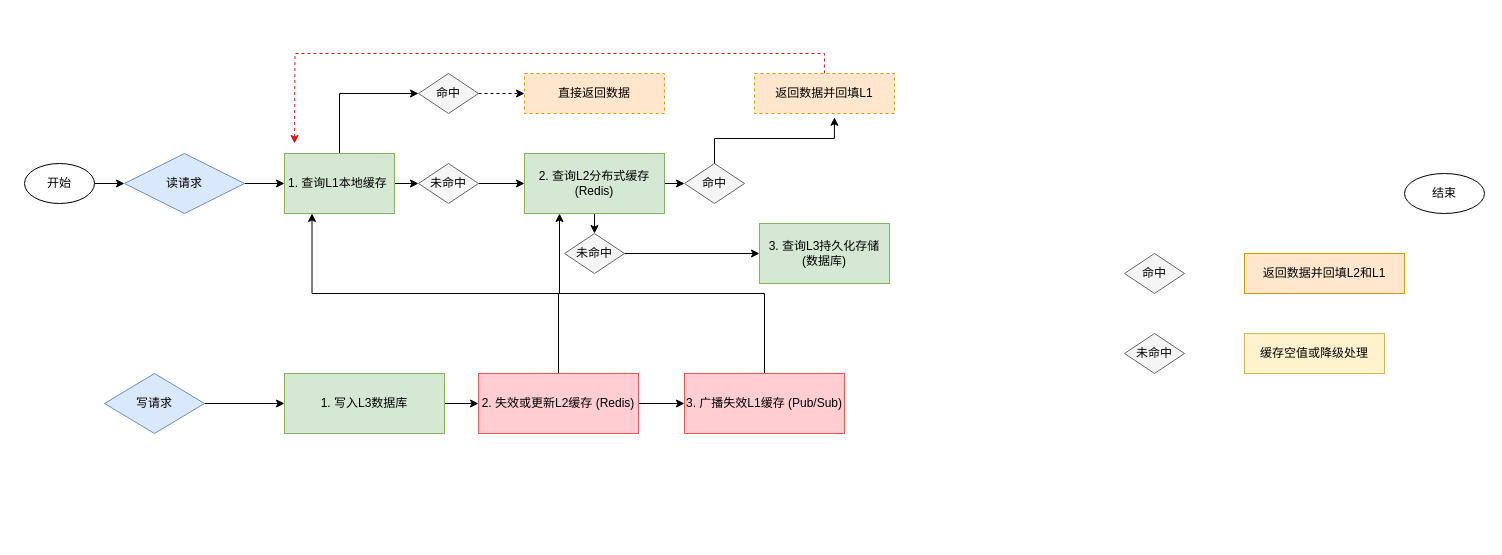
The draw.io diagram 未命名绘图.drawio in jeffreyHZ/bc-java, before the edit. Source tidied: cells renumbered, new cells numbered last; positions are measured from the earlier drawing's top-left corner, leaving out a move shared by most shapes. Both pictures are drawn from the tidied source at 100%, with x=0, y=0 at pixel (24, 73).
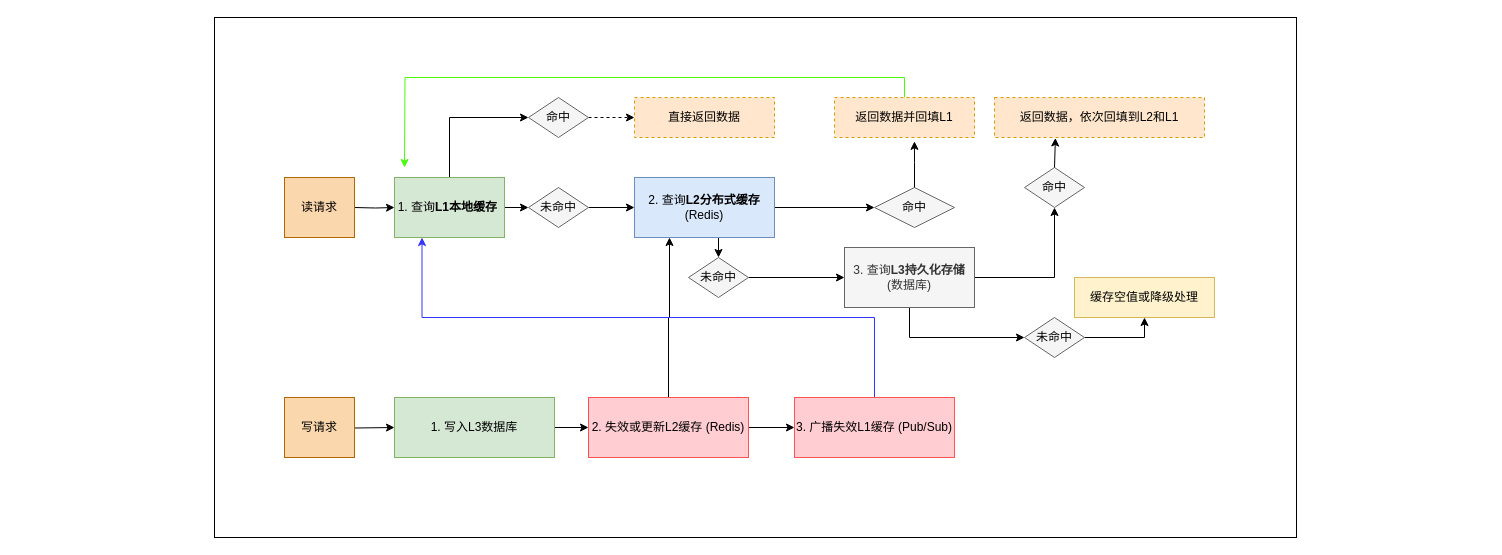
Above is the later version.

What changed in the source:
```diff
@@
-    <mxCell id="2" style="edgeStyle=orthogonalEdgeStyle;rounded=0;jettySize=auto;html=1;exitX=1;exitY=0.5;exitDx=0;exitDy=0;entryX=0;entryY=0.5;entryDx=0;entryDy=0;" parent="1" edge="1" source="3" target="5">
-      <mxGeometry relative="1" as="geometry" />
-    </mxCell>
-    <mxCell id="3" value="开始" style="ellipse;whiteSpace=wrap;html=1;fillColor=#FFFFFF;strokeColor=#000000;" parent="1" vertex="1">
-      <mxGeometry y="90" width="70" height="40" as="geometry" />
-    </mxCell>
+    <mxCell id="61" style="rounded=0;whiteSpace=wrap;html=1;" parent="1" vertex="1">
+      <mxGeometry x="190" y="-56" width="1082" height="520" as="geometry" />
+    </mxCell>
-    <mxCell id="4" style="edgeStyle=orthogonalEdgeStyle;rounded=0;jettySize=auto;html=1;exitX=1;exitY=0.5;exitDx=0;exitDy=0;entryX=0;entryY=0.5;entryDx=0;entryDy=0;" parent="1" edge="1" source="5" target="9">
-      <mxGeometry relative="1" as="geometry" />
+    <mxCell id="4" style="edgeStyle=orthogonalEdgeStyle;rounded=0;jettySize=auto;html=1;exitX=1;exitY=0.5;exitDx=0;exitDy=0;entryX=0;entryY=0.5;entryDx=0;entryDy=0;" parent="1" edge="1" target="9">
+      <mxGeometry relative="1" as="geometry">
+        <mxPoint x="330" y="134" as="sourcePoint" />
+      </mxGeometry>
     </mxCell>
-    <mxCell id="5" value="读请求" style="rhombus;whiteSpace=wrap;html=1;fillColor=#DAE8FC;strokeColor=#6C8EBF;" parent="1" vertex="1">
-      <mxGeometry x="100" y="80" width="120" height="60" as="geometry" />
-    </mxCell>
-    <mxCell id="6" style="edgeStyle=orthogonalEdgeStyle;rounded=0;html=1;exitX=1;exitY=0.5;entryX=0;entryY=0.5;endArrow=classic;endFill=1;" parent="1" edge="1" source="3" target="5" />
+    <mxCell id="6" style="edgeStyle=orthogonalEdgeStyle;rounded=0;html=1;exitX=1;exitY=0.5;entryX=0;entryY=0.5;endArrow=classic;endFill=1;" parent="1" edge="1" />
@@
-    <mxCell id="9" value="1. 查询L1本地缓存&amp;nbsp;" style="rounded=0;whiteSpace=wrap;html=1;fillColor=#D5E8D4;strokeColor=#82B366;" parent="1" vertex="1">
-      <mxGeometry x="260" y="80" width="110" height="60" as="geometry" />
+    <mxCell id="9" value="1. 查询&lt;b&gt;L1本地缓存&lt;/b&gt;&amp;nbsp;" style="rounded=0;whiteSpace=wrap;html=1;fillColor=#D5E8D4;strokeColor=#82B366;" parent="1" vertex="1">
+      <mxGeometry x="370" y="104" width="110" height="60" as="geometry" />
     </mxCell>
-    <mxCell id="10" style="edgeStyle=orthogonalEdgeStyle;rounded=0;html=1;exitX=1;exitY=0.5;entryX=0;entryY=0.5;endArrow=classic;endFill=1;" parent="1" edge="1" source="5" target="9" />
+    <mxCell id="10" style="edgeStyle=orthogonalEdgeStyle;rounded=0;html=1;exitX=1;exitY=0.5;entryX=0;entryY=0.5;endArrow=classic;endFill=1;" parent="1" edge="1" target="9" />
@@
     <mxCell id="12" value="命中" style="rhombus;whiteSpace=wrap;html=1;fillColor=#F5F5F5;strokeColor=#666666;" parent="1" vertex="1">
-      <mxGeometry x="394" width="60" height="40" as="geometry" />
+      <mxGeometry x="504" y="24" width="60" height="40" as="geometry" />
     </mxCell>
@@
     <mxCell id="14" value="直接返回数据" style="rounded=0;whiteSpace=wrap;html=1;fillColor=#FFE6CC;strokeColor=#D79B00;dashed=1;" parent="1" vertex="1">
-      <mxGeometry x="500" width="140" height="40" as="geometry" />
+      <mxGeometry x="610" y="24" width="140" height="40" as="geometry" />
     </mxCell>
@@
     <mxCell id="17" value="未命中" style="rhombus;whiteSpace=wrap;html=1;fillColor=#F5F5F5;strokeColor=#666666;" parent="1" vertex="1">
-      <mxGeometry x="394" y="90" width="60" height="40" as="geometry" />
+      <mxGeometry x="504" y="114" width="60" height="40" as="geometry" />
     </mxCell>
@@
-    <mxCell id="21" value="2. 查询L2分布式缓存 (Redis)" style="rounded=0;whiteSpace=wrap;html=1;fillColor=#D5E8D4;strokeColor=#82B366;" parent="1" vertex="1">
-      <mxGeometry x="500" y="80" width="140" height="60" as="geometry" />
+    <mxCell id="21" value="2. 查询&lt;b&gt;L2分布式缓存&lt;/b&gt; (Redis)" style="rounded=0;whiteSpace=wrap;html=1;fillColor=#dae8fc;strokeColor=#6c8ebf;" parent="1" vertex="1">
+      <mxGeometry x="610" y="104" width="140" height="60" as="geometry" />
     </mxCell>
@@
     <mxCell id="23" value="命中" style="rhombus;whiteSpace=wrap;html=1;fillColor=#F5F5F5;strokeColor=#666666;" parent="1" vertex="1">
-      <mxGeometry x="660" y="90" width="60" height="40" as="geometry" />
+      <mxGeometry x="850" y="114" width="80" height="40" as="geometry" />
     </mxCell>
@@
-    <mxCell id="25" style="edgeStyle=orthogonalEdgeStyle;rounded=0;jettySize=auto;html=1;exitX=0.5;exitY=0;exitDx=0;exitDy=0;strokeColor=light-dark(#e41111, #ededed);dashed=1;" parent="1" edge="1" source="26">
+    <mxCell id="25" style="edgeStyle=orthogonalEdgeStyle;rounded=0;jettySize=auto;html=1;exitX=0.5;exitY=0;exitDx=0;exitDy=0;strokeColor=light-dark(#49fb09, #EDEDED);" parent="1" edge="1" source="26">
       <mxGeometry relative="1" as="geometry">
-        <mxPoint x="270" y="70" as="targetPoint" />
+        <mxPoint x="380" y="94" as="targetPoint" />
       </mxGeometry>
     </mxCell>
     <mxCell id="26" value="返回数据并回填L1" style="rounded=0;whiteSpace=wrap;html=1;fillColor=#FFE6CC;strokeColor=#D79B00;dashed=1;" parent="1" vertex="1">
-      <mxGeometry x="730" width="140" height="40" as="geometry" />
+      <mxGeometry x="810" y="24" width="140" height="40" as="geometry" />
     </mxCell>
@@
+    <mxCell id="62" style="edgeStyle=orthogonalEdgeStyle;rounded=0;jettySize=auto;html=1;exitX=0.5;exitY=1;exitDx=0;exitDy=0;entryX=0;entryY=0.5;entryDx=0;entryDy=0;" parent="1" edge="1" source="29" target="35">
+      <mxGeometry relative="1" as="geometry" />
+    </mxCell>
+    <mxCell id="63" style="edgeStyle=orthogonalEdgeStyle;rounded=0;jettySize=auto;html=1;exitX=1;exitY=0.5;exitDx=0;exitDy=0;" parent="1" edge="1" source="29" target="31">
+      <mxGeometry relative="1" as="geometry" />
+    </mxCell>
-    <mxCell id="29" value="3. 查询L3持久化存储 (数据库)" style="rounded=0;whiteSpace=wrap;html=1;fillColor=#D5E8D4;strokeColor=#82B366;" parent="1" vertex="1">
-      <mxGeometry x="735" y="150" width="130" height="60" as="geometry" />
+    <mxCell id="29" value="3. 查询&lt;b&gt;L3持久化存储&lt;/b&gt; (数据库)" style="rounded=0;whiteSpace=wrap;html=1;fillColor=#f5f5f5;strokeColor=#666666;fontColor=#333333;" parent="1" vertex="1">
+      <mxGeometry x="820" y="174" width="130" height="60" as="geometry" />
     </mxCell>
@@
     <mxCell id="31" value="命中" style="rhombus;whiteSpace=wrap;html=1;fillColor=#F5F5F5;strokeColor=#666666;" parent="1" vertex="1">
-      <mxGeometry x="1100" y="180" width="60" height="40" as="geometry" />
+      <mxGeometry x="1000" y="94" width="60" height="40" as="geometry" />
     </mxCell>
@@
-    <mxCell id="33" value="返回数据并回填L2和L1" style="rounded=0;whiteSpace=wrap;html=1;fillColor=#FFE6CC;strokeColor=#D79B00;" parent="1" vertex="1">
-      <mxGeometry x="1220" y="180" width="160" height="40" as="geometry" />
-    </mxCell>
-    <mxCell id="34" style="edgeStyle=orthogonalEdgeStyle;rounded=0;html=1;exitX=1;exitY=0.5;entryX=0;entryY=0.5;endArrow=classic;endFill=1;" parent="1" edge="1" source="31" target="33" />
+    <mxCell id="34" style="edgeStyle=orthogonalEdgeStyle;rounded=0;html=1;exitX=1;exitY=0.5;entryX=0;entryY=0.5;endArrow=classic;endFill=1;" parent="1" edge="1" source="31" />
+    <mxCell id="64" style="edgeStyle=orthogonalEdgeStyle;rounded=0;jettySize=auto;html=1;exitX=1;exitY=0.5;exitDx=0;exitDy=0;entryX=0.5;entryY=1;entryDx=0;entryDy=0;" parent="1" edge="1" source="35" target="37">
+      <mxGeometry relative="1" as="geometry" />
+    </mxCell>
     <mxCell id="35" value="未命中" style="rhombus;whiteSpace=wrap;html=1;fillColor=#F5F5F5;strokeColor=#666666;" parent="1" vertex="1">
-      <mxGeometry x="1100" y="260" width="60" height="40" as="geometry" />
+      <mxGeometry x="1000" y="244" width="60" height="40" as="geometry" />
     </mxCell>
@@
     <mxCell id="37" value="缓存空值或降级处理" style="rounded=0;whiteSpace=wrap;html=1;fillColor=#FFF2CC;strokeColor=#D6B656;" parent="1" vertex="1">
-      <mxGeometry x="1220" y="260" width="140" height="40" as="geometry" />
+      <mxGeometry x="1050" y="204" width="140" height="40" as="geometry" />
     </mxCell>
@@
-    <mxCell id="39" style="edgeStyle=orthogonalEdgeStyle;rounded=0;jettySize=auto;html=1;entryX=0;entryY=0.5;entryDx=0;entryDy=0;" parent="1" edge="1" source="40" target="43">
-      <mxGeometry relative="1" as="geometry" />
+    <mxCell id="39" style="edgeStyle=orthogonalEdgeStyle;rounded=0;jettySize=auto;html=1;entryX=0;entryY=0.5;entryDx=0;entryDy=0;" parent="1" edge="1" target="43">
+      <mxGeometry relative="1" as="geometry">
+        <mxPoint x="290" y="354" as="sourcePoint" />
+      </mxGeometry>
     </mxCell>
-    <mxCell id="40" value="写请求" style="rhombus;whiteSpace=wrap;html=1;fillColor=#DAE8FC;strokeColor=#6C8EBF;" parent="1" vertex="1">
-      <mxGeometry x="80" y="300" width="100" height="60" as="geometry" />
-    </mxCell>
-    <mxCell id="41" style="edgeStyle=orthogonalEdgeStyle;rounded=0;html=1;exitX=1;exitY=0.5;entryX=0;entryY=0.5;endArrow=classic;endFill=1;" parent="1" edge="1" source="3" target="40" />
+    <mxCell id="41" style="edgeStyle=orthogonalEdgeStyle;rounded=0;html=1;exitX=1;exitY=0.5;entryX=0;entryY=0.5;endArrow=classic;endFill=1;" parent="1" edge="1" />
@@
     <mxCell id="43" value="1. 写入L3数据库" style="rounded=0;whiteSpace=wrap;html=1;fillColor=#D5E8D4;strokeColor=#82B366;" parent="1" vertex="1">
-      <mxGeometry x="260" y="300" width="160" height="60" as="geometry" />
+      <mxGeometry x="370" y="324" width="160" height="60" as="geometry" />
     </mxCell>
-    <mxCell id="44" style="edgeStyle=orthogonalEdgeStyle;rounded=0;html=1;exitX=1;exitY=0.5;entryX=0;entryY=0.5;endArrow=classic;endFill=1;" parent="1" edge="1" source="40" target="43" />
+    <mxCell id="44" style="edgeStyle=orthogonalEdgeStyle;rounded=0;html=1;exitX=1;exitY=0.5;entryX=0;entryY=0.5;endArrow=classic;endFill=1;" parent="1" edge="1" target="43" />
@@
     <mxCell id="47" value="2. 失效或更新L2缓存 (Redis)" style="rounded=0;whiteSpace=wrap;html=1;fillColor=#FFCDD2;strokeColor=#FF5252;" parent="1" vertex="1">
-      <mxGeometry x="454" y="300" width="160" height="60" as="geometry" />
+      <mxGeometry x="564" y="324" width="160" height="60" as="geometry" />
     </mxCell>
@@
-    <mxCell id="49" style="edgeStyle=orthogonalEdgeStyle;rounded=0;jettySize=auto;html=1;exitX=0.5;exitY=0;exitDx=0;exitDy=0;entryX=0.25;entryY=1;entryDx=0;entryDy=0;" parent="1" edge="1" source="50" target="9">
+    <mxCell id="49" style="edgeStyle=orthogonalEdgeStyle;rounded=0;jettySize=auto;html=1;exitX=0.5;exitY=0;exitDx=0;exitDy=0;entryX=0.25;entryY=1;entryDx=0;entryDy=0;strokeColor=#3333FF;" parent="1" edge="1" source="50" target="9">
       <mxGeometry relative="1" as="geometry" />
     </mxCell>
     <mxCell id="50" value="3. 广播失效L1缓存 (Pub/Sub)" style="rounded=0;whiteSpace=wrap;html=1;fillColor=#FFCDD2;strokeColor=#FF5252;" parent="1" vertex="1">
-      <mxGeometry x="660" y="300" width="160" height="60" as="geometry" />
+      <mxGeometry x="770" y="324" width="160" height="60" as="geometry" />
     </mxCell>
@@
-    <mxCell id="52" value="结束" style="ellipse;whiteSpace=wrap;html=1;fillColor=#FFFFFF;strokeColor=#000000;" parent="1" vertex="1">
-      <mxGeometry x="1380" y="100" width="80" height="40" as="geometry" />
-    </mxCell>
-    <mxCell id="53" style="edgeStyle=orthogonalEdgeStyle;rounded=0;html=1;exitX=1;exitY=0.5;entryX=0;entryY=0.5;endArrow=classic;endFill=1;" parent="1" edge="1" source="14" target="52" />
+    <mxCell id="53" style="edgeStyle=orthogonalEdgeStyle;rounded=0;html=1;exitX=1;exitY=0.5;entryX=0;entryY=0.5;endArrow=classic;endFill=1;" parent="1" edge="1" source="14" />
-    <mxCell id="54" style="edgeStyle=orthogonalEdgeStyle;rounded=0;html=1;exitX=1;exitY=0.5;entryX=0;entryY=0.5;endArrow=classic;endFill=1;" parent="1" edge="1" source="26" target="52" />
+    <mxCell id="54" style="edgeStyle=orthogonalEdgeStyle;rounded=0;html=1;exitX=1;exitY=0.5;entryX=0;entryY=0.5;endArrow=classic;endFill=1;" parent="1" edge="1" source="26" />
-    <mxCell id="55" style="edgeStyle=orthogonalEdgeStyle;rounded=0;html=1;exitX=1;exitY=0.5;entryX=0;entryY=0.5;endArrow=classic;endFill=1;" parent="1" edge="1" source="33" target="52" />
+    <mxCell id="55" style="edgeStyle=orthogonalEdgeStyle;rounded=0;html=1;exitX=1;exitY=0.5;entryX=0;entryY=0.5;endArrow=classic;endFill=1;" parent="1" edge="1" />
-    <mxCell id="56" style="edgeStyle=orthogonalEdgeStyle;rounded=0;html=1;exitX=1;exitY=0.5;entryX=0;entryY=0.5;endArrow=classic;endFill=1;" parent="1" edge="1" source="37" target="52" />
+    <mxCell id="56" style="edgeStyle=orthogonalEdgeStyle;rounded=0;html=1;exitX=1;exitY=0.5;entryX=0;entryY=0.5;endArrow=classic;endFill=1;" parent="1" edge="1" source="37" />
-    <mxCell id="57" style="edgeStyle=orthogonalEdgeStyle;rounded=0;html=1;exitX=1;exitY=0.5;entryX=0;entryY=0.5;endArrow=classic;endFill=1;" parent="1" edge="1" source="50" target="52" />
+    <mxCell id="57" style="edgeStyle=orthogonalEdgeStyle;rounded=0;html=1;exitX=1;exitY=0.5;entryX=0;entryY=0.5;endArrow=classic;endFill=1;" parent="1" edge="1" source="50" />
@@
     <mxCell id="60" value="未命中" style="rhombus;whiteSpace=wrap;html=1;fillColor=#F5F5F5;strokeColor=#666666;" parent="1" vertex="1">
-      <mxGeometry x="540" y="160" width="60" height="40" as="geometry" />
+      <mxGeometry x="664" y="184" width="60" height="40" as="geometry" />
     </mxCell>
+    <mxCell id="65" value="&lt;span style=&quot;text-align: left;&quot;&gt;返回数据，依次回填到L2和L1&lt;/span&gt;" style="rounded=0;whiteSpace=wrap;html=1;fillColor=#FFE6CC;strokeColor=#D79B00;dashed=1;" parent="1" vertex="1">
+      <mxGeometry x="970" y="24" width="210" height="40" as="geometry" />
+    </mxCell>
+    <mxCell id="5" value="读请求" style="rounded=0;whiteSpace=wrap;html=1;fillColor=#fad7ac;strokeColor=#b46504;" parent="1" vertex="1">
+      <mxGeometry x="260" y="104" width="70" height="60" as="geometry" />
+    </mxCell>
+    <mxCell id="40" value="写请求" style="rounded=0;whiteSpace=wrap;html=1;fillColor=#fad7ac;strokeColor=#b46504;" parent="1" vertex="1">
+      <mxGeometry x="260" y="324" width="70" height="60" as="geometry" />
+    </mxCell>
+    <mxCell id="66" style="edgeStyle=orthogonalEdgeStyle;rounded=0;jettySize=auto;html=1;exitX=0.5;exitY=0;exitDx=0;exitDy=0;entryX=0.29;entryY=1.012;entryDx=0;entryDy=0;entryPerimeter=0;" parent="1" edge="1" source="31" target="65">
+      <mxGeometry relative="1" as="geometry" />
+    </mxCell>
```
